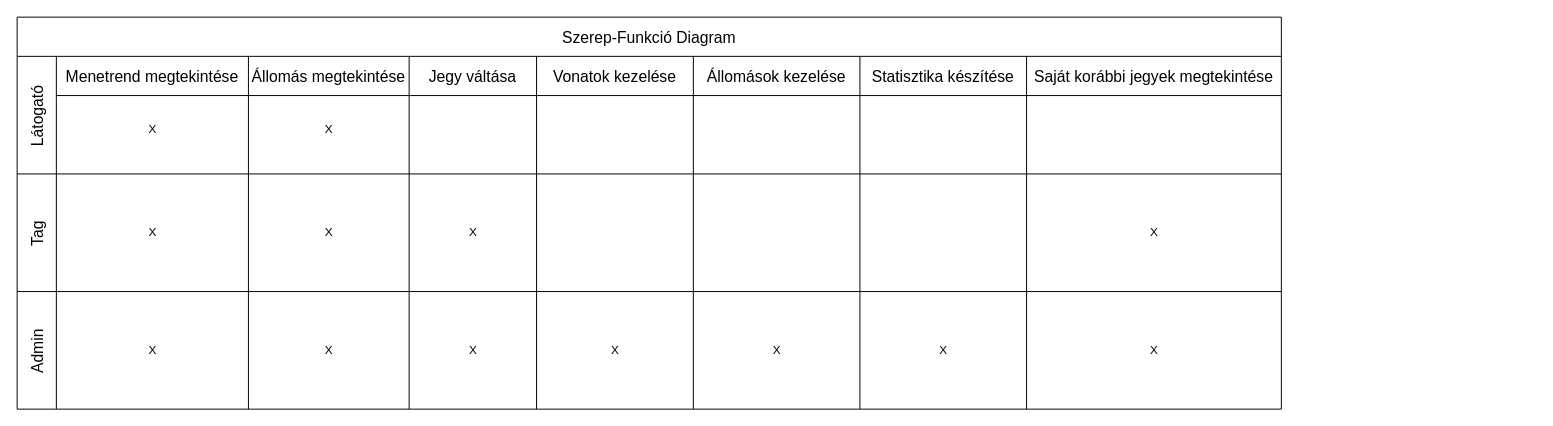
RevMarci/vasutmenetrend keeps this draw.io diagram as page "1 oldal" (1 of 3) of dokumentacio/Szerep-funkció.drawio. Above is the earlier version. Source tidied: cells renumbered, new cells numbered last; positions are measured from the earlier drawing's top-left corner, leaving out a move shared by most shapes. Both pictures are drawn from the tidied source at 98%, with x=0, y=0 at pixel (17, 17).
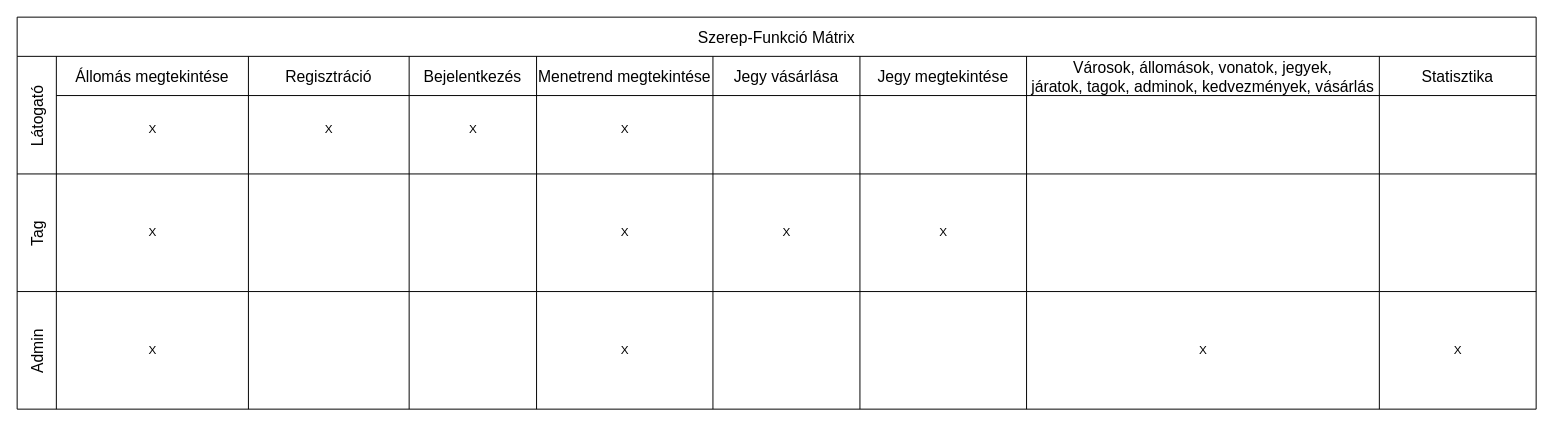
The same diagram, later.

Commit message (it also covers changes not shown here):
Szerep-Funkció mátrix benne van

Unchanged cells that the change refers to:
```xml
<mxCell id="14" style="swimlane;swimlaneHead=0;swimlaneBody=0;fontStyle=0;strokeColor=inherit;fillColor=none;startSize=0;fontSize=16;" parent="13" vertex="1">
  <mxGeometry x="40" width="196" height="120" as="geometry" />
</mxCell>
<mxCell id="16" style="swimlane;swimlaneHead=0;swimlaneBody=0;fontStyle=0;strokeColor=inherit;fillColor=none;startSize=0;fontSize=16;" parent="13" vertex="1">
  <mxGeometry x="236" width="164" height="120" as="geometry" />
</mxCell>
<mxCell id="18" style="swimlane;swimlaneHead=0;swimlaneBody=0;fontStyle=0;strokeColor=inherit;fillColor=none;startSize=0;fontSize=16;" parent="13" vertex="1">
  <mxGeometry x="400" width="130" height="120" as="geometry" />
</mxCell>
<mxCell id="22" style="swimlane;swimlaneHead=0;swimlaneBody=0;fontStyle=0;strokeColor=inherit;fillColor=none;startSize=0;fontSize=16;" parent="13" vertex="1">
  <mxGeometry x="860" width="170" height="120" as="geometry" />
</mxCell>
<mxCell id="26" style="swimlane;swimlaneHead=0;swimlaneBody=0;fontStyle=0;strokeColor=inherit;fillColor=none;startSize=0;fontSize=16;" parent="25" vertex="1">
  <mxGeometry x="40" width="196" height="120" as="geometry" />
</mxCell>
<mxCell id="28" style="swimlane;swimlaneHead=0;swimlaneBody=0;fontStyle=0;strokeColor=inherit;fillColor=none;startSize=0;fontSize=16;" parent="25" vertex="1">
  <mxGeometry x="236" width="164" height="120" as="geometry" />
</mxCell>
<mxCell id="30" style="swimlane;swimlaneHead=0;swimlaneBody=0;fontStyle=0;strokeColor=inherit;fillColor=none;startSize=0;fontSize=16;" parent="25" vertex="1">
  <mxGeometry x="400" width="130" height="120" as="geometry" />
</mxCell>
<mxCell id="36" style="swimlane;swimlaneHead=0;swimlaneBody=0;fontStyle=0;strokeColor=inherit;fillColor=none;startSize=0;fontSize=16;" parent="25" vertex="1">
  <mxGeometry x="860" width="170" height="120" as="geometry" />
</mxCell>
```

Change to the diagram source:
```diff
@@
-    <mxCell id="2" value="Szerep-Funkció Diagram" style="shape=table;childLayout=tableLayout;startSize=40;fontSize=16;" parent="1" vertex="1">
-      <mxGeometry width="1290" height="400" as="geometry" />
+    <mxCell id="2" value="Szerep-Funkció Mátrix" style="shape=table;childLayout=tableLayout;startSize=40;fontSize=16;" parent="1" vertex="1">
+      <mxGeometry width="1550" height="400" as="geometry" />
     </mxCell>
     <mxCell id="3" value="Látogató" style="shape=tableRow;horizontal=0;swimlaneHead=0;swimlaneBody=0;top=0;left=0;strokeColor=inherit;bottom=0;right=0;fontStyle=0;fillColor=none;startSize=40;fontSize=16;" parent="2" vertex="1">
-      <mxGeometry y="40" width="1290" height="120" as="geometry" />
+      <mxGeometry y="40" width="1550" height="120" as="geometry" />
     </mxCell>
-    <mxCell id="4" value="Menetrend megtekintése" style="swimlane;swimlaneHead=0;swimlaneBody=0;fontStyle=0;strokeColor=inherit;fillColor=none;startSize=40;fontSize=16;flipH=1;flipV=0;" parent="3" vertex="1">
+    <mxCell id="4" value="Állomás megtekintése" style="swimlane;swimlaneHead=0;swimlaneBody=0;fontStyle=0;strokeColor=inherit;fillColor=none;startSize=40;fontSize=16;flipH=1;flipV=0;" parent="3" vertex="1">
       <mxGeometry x="40" width="196" height="120" as="geometry" />
     </mxCell>
-    <mxCell id="5" value="&lt;div&gt;X&lt;/div&gt;" style="text;html=1;align=center;verticalAlign=middle;strokeColor=none;fillColor=none;" parent="4" vertex="1">
-      <mxGeometry x="83" y="60" width="30" height="30" as="geometry" />
-    </mxCell>
+    <mxCell id="40" value="X" style="text;html=1;align=center;verticalAlign=middle;strokeColor=none;fillColor=none;" parent="4" vertex="1">
+      <mxGeometry x="83" y="60" width="30" height="30" as="geometry" />
+    </mxCell>
-    <mxCell id="6" value="Állomás megtekintése" style="swimlane;swimlaneHead=0;swimlaneBody=0;fontStyle=0;strokeColor=inherit;fillColor=none;startSize=40;fontSize=16;" parent="3" vertex="1">
+    <mxCell id="6" value="Regisztráció" style="swimlane;swimlaneHead=0;swimlaneBody=0;fontStyle=0;strokeColor=inherit;fillColor=none;startSize=40;fontSize=16;" parent="3" vertex="1">
       <mxGeometry x="236" width="164" height="120" as="geometry" />
     </mxCell>
-    <mxCell id="7" value="&lt;div&gt;X&lt;/div&gt;" style="text;html=1;align=center;verticalAlign=middle;strokeColor=none;fillColor=none;" parent="6" vertex="1">
-      <mxGeometry x="67" y="60" width="30" height="30" as="geometry" />
-    </mxCell>
+    <mxCell id="41" value="X" style="text;html=1;align=center;verticalAlign=middle;strokeColor=none;fillColor=none;" parent="6" vertex="1">
+      <mxGeometry x="67" y="60" width="30" height="30" as="geometry" />
+    </mxCell>
-    <mxCell id="8" value="Jegy váltása" style="swimlane;swimlaneHead=0;swimlaneBody=0;fontStyle=0;strokeColor=inherit;fillColor=none;startSize=40;fontSize=16;" parent="3" vertex="1">
+    <mxCell id="8" value="Bejelentkezés" style="swimlane;swimlaneHead=0;swimlaneBody=0;fontStyle=0;strokeColor=inherit;fillColor=none;startSize=40;fontSize=16;" parent="3" vertex="1">
       <mxGeometry x="400" width="130" height="120" as="geometry" />
     </mxCell>
+    <mxCell id="42" value="X" style="text;html=1;align=center;verticalAlign=middle;strokeColor=none;fillColor=none;" parent="8" vertex="1">
+      <mxGeometry x="50" y="60" width="30" height="30" as="geometry" />
+    </mxCell>
-    <mxCell id="9" value="Vonatok kezelése" style="swimlane;swimlaneHead=0;swimlaneBody=0;fontStyle=0;strokeColor=inherit;fillColor=none;startSize=40;fontSize=16;" parent="3" vertex="1">
-      <mxGeometry x="530" width="160" height="120" as="geometry" />
+    <mxCell id="9" value="Menetrend megtekintése" style="swimlane;swimlaneHead=0;swimlaneBody=0;fontStyle=0;strokeColor=inherit;fillColor=none;startSize=40;fontSize=16;" parent="3" vertex="1">
+      <mxGeometry x="530" width="180" height="120" as="geometry" />
     </mxCell>
+    <mxCell id="43" value="X" style="text;html=1;align=center;verticalAlign=middle;strokeColor=none;fillColor=none;" parent="9" vertex="1">
+      <mxGeometry x="75" y="60" width="30" height="30" as="geometry" />
+    </mxCell>
-    <mxCell id="10" value="Állomások kezelése" style="swimlane;swimlaneHead=0;swimlaneBody=0;fontStyle=0;strokeColor=inherit;fillColor=none;startSize=40;fontSize=16;" parent="3" vertex="1">
-      <mxGeometry x="690" width="170" height="120" as="geometry" />
+    <mxCell id="10" value="Jegy vásárlása" style="swimlane;swimlaneHead=0;swimlaneBody=0;fontStyle=0;strokeColor=inherit;fillColor=none;startSize=40;fontSize=16;" parent="3" vertex="1">
+      <mxGeometry x="710" width="150" height="120" as="geometry" />
     </mxCell>
-    <mxCell id="11" value="Statisztika készítése" style="swimlane;swimlaneHead=0;swimlaneBody=0;fontStyle=0;strokeColor=inherit;fillColor=none;startSize=40;fontSize=16;" parent="3" vertex="1">
+    <mxCell id="11" value="Jegy megtekintése" style="swimlane;swimlaneHead=0;swimlaneBody=0;fontStyle=0;strokeColor=inherit;fillColor=none;startSize=40;fontSize=16;" parent="3" vertex="1">
       <mxGeometry x="860" width="170" height="120" as="geometry" />
     </mxCell>
-    <mxCell id="12" value="Saját korábbi jegyek megtekintése" style="swimlane;swimlaneHead=0;swimlaneBody=0;fontStyle=0;strokeColor=inherit;fillColor=none;startSize=40;fontSize=16;" parent="3" vertex="1">
-      <mxGeometry x="1030" width="260" height="120" as="geometry" />
+    <mxCell id="12" value="Városok, állomások, vonatok, jegyek,&#10;járatok, tagok, adminok, kedvezmények, vásárlás" style="swimlane;swimlaneHead=0;swimlaneBody=0;fontStyle=0;strokeColor=inherit;fillColor=none;startSize=40;fontSize=16;" parent="3" vertex="1">
+      <mxGeometry x="1030" width="360" height="120" as="geometry" />
     </mxCell>
+    <mxCell id="44" value="Statisztika" style="swimlane;swimlaneHead=0;swimlaneBody=0;fontStyle=0;strokeColor=inherit;fillColor=none;startSize=40;fontSize=16;" parent="3" vertex="1">
+      <mxGeometry x="1390" width="160" height="120" as="geometry" />
+    </mxCell>
     <mxCell id="13" value="Tag" style="shape=tableRow;horizontal=0;swimlaneHead=0;swimlaneBody=0;top=0;left=0;strokeColor=inherit;bottom=0;right=0;fontStyle=0;fillColor=none;startSize=40;fontSize=16;" parent="2" vertex="1">
-      <mxGeometry y="160" width="1290" height="120" as="geometry" />
+      <mxGeometry y="160" width="1550" height="120" as="geometry" />
     </mxCell>
@@
-    <mxCell id="15" value="&lt;div&gt;X&lt;/div&gt;" style="text;html=1;align=center;verticalAlign=middle;strokeColor=none;fillColor=none;" parent="14" vertex="1">
-      <mxGeometry x="83" y="45" width="30" height="30" as="geometry" />
-    </mxCell>
+    <mxCell id="45" value="X" style="text;html=1;align=center;verticalAlign=middle;strokeColor=none;fillColor=none;" parent="14" vertex="1">
+      <mxGeometry x="83" y="45" width="30" height="30" as="geometry" />
+    </mxCell>
@@
-    <mxCell id="17" value="&lt;div&gt;X&lt;/div&gt;" style="text;html=1;align=center;verticalAlign=middle;strokeColor=none;fillColor=none;" parent="16" vertex="1">
-      <mxGeometry x="67" y="45" width="30" height="30" as="geometry" />
-    </mxCell>
@@
-    <mxCell id="19" value="&lt;div&gt;X&lt;/div&gt;" style="text;html=1;align=center;verticalAlign=middle;strokeColor=none;fillColor=none;" parent="18" vertex="1">
-      <mxGeometry x="50" y="45" width="30" height="30" as="geometry" />
-    </mxCell>
     <mxCell id="20" style="swimlane;swimlaneHead=0;swimlaneBody=0;fontStyle=0;strokeColor=inherit;fillColor=none;startSize=0;fontSize=16;" parent="13" vertex="1">
-      <mxGeometry x="530" width="160" height="120" as="geometry" />
+      <mxGeometry x="530" width="180" height="120" as="geometry" />
     </mxCell>
+    <mxCell id="46" value="X" style="text;html=1;align=center;verticalAlign=middle;strokeColor=none;fillColor=none;" parent="20" vertex="1">
+      <mxGeometry x="75" y="45" width="30" height="30" as="geometry" />
+    </mxCell>
     <mxCell id="21" style="swimlane;swimlaneHead=0;swimlaneBody=0;fontStyle=0;strokeColor=inherit;fillColor=none;startSize=0;fontSize=16;" parent="13" vertex="1">
-      <mxGeometry x="690" width="170" height="120" as="geometry" />
+      <mxGeometry x="710" width="150" height="120" as="geometry" />
     </mxCell>
+    <mxCell id="47" value="X" style="text;html=1;align=center;verticalAlign=middle;strokeColor=none;fillColor=none;" parent="21" vertex="1">
+      <mxGeometry x="60" y="45" width="30" height="30" as="geometry" />
+    </mxCell>
@@
+    <mxCell id="48" value="X" style="text;html=1;align=center;verticalAlign=middle;strokeColor=none;fillColor=none;" parent="22" vertex="1">
+      <mxGeometry x="70" y="45" width="30" height="30" as="geometry" />
+    </mxCell>
     <mxCell id="23" style="swimlane;swimlaneHead=0;swimlaneBody=0;fontStyle=0;strokeColor=inherit;fillColor=none;startSize=0;fontSize=16;" parent="13" vertex="1">
-      <mxGeometry x="1030" width="260" height="120" as="geometry" />
+      <mxGeometry x="1030" width="360" height="120" as="geometry" />
     </mxCell>
-    <mxCell id="24" value="&lt;div&gt;X&lt;/div&gt;" style="text;html=1;align=center;verticalAlign=middle;strokeColor=none;fillColor=none;" parent="23" vertex="1">
-      <mxGeometry x="115" y="45" width="30" height="30" as="geometry" />
-    </mxCell>
+    <mxCell id="49" style="swimlane;swimlaneHead=0;swimlaneBody=0;fontStyle=0;strokeColor=inherit;fillColor=none;startSize=0;fontSize=16;" parent="13" vertex="1">
+      <mxGeometry x="1390" width="160" height="120" as="geometry" />
+    </mxCell>
     <mxCell id="25" value="Admin" style="shape=tableRow;horizontal=0;swimlaneHead=0;swimlaneBody=0;top=0;left=0;strokeColor=inherit;bottom=0;right=0;fontStyle=0;fillColor=none;startSize=40;fontSize=16;" parent="2" vertex="1">
-      <mxGeometry y="280" width="1290" height="120" as="geometry" />
+      <mxGeometry y="280" width="1550" height="120" as="geometry" />
     </mxCell>
@@
-    <mxCell id="27" value="&lt;div&gt;X&lt;/div&gt;" style="text;html=1;align=center;verticalAlign=middle;strokeColor=none;fillColor=none;" parent="26" vertex="1">
-      <mxGeometry x="83" y="45" width="30" height="30" as="geometry" />
-    </mxCell>
+    <mxCell id="50" value="X" style="text;html=1;align=center;verticalAlign=middle;strokeColor=none;fillColor=none;" parent="26" vertex="1">
+      <mxGeometry x="83" y="45" width="30" height="30" as="geometry" />
+    </mxCell>
@@
-    <mxCell id="29" value="&lt;div&gt;X&lt;/div&gt;" style="text;html=1;align=center;verticalAlign=middle;strokeColor=none;fillColor=none;" parent="28" vertex="1">
-      <mxGeometry x="67" y="45" width="30" height="30" as="geometry" />
-    </mxCell>
@@
-    <mxCell id="31" value="&lt;div&gt;X&lt;/div&gt;" style="text;html=1;align=center;verticalAlign=middle;strokeColor=none;fillColor=none;" parent="30" vertex="1">
-      <mxGeometry x="50" y="45" width="30" height="30" as="geometry" />
-    </mxCell>
     <mxCell id="32" style="swimlane;swimlaneHead=0;swimlaneBody=0;fontStyle=0;strokeColor=inherit;fillColor=none;startSize=0;fontSize=16;" parent="25" vertex="1">
-      <mxGeometry x="530" width="160" height="120" as="geometry" />
+      <mxGeometry x="530" width="180" height="120" as="geometry" />
     </mxCell>
-    <mxCell id="33" value="&lt;div&gt;X&lt;/div&gt;" style="text;html=1;align=center;verticalAlign=middle;strokeColor=none;fillColor=none;" parent="32" vertex="1">
-      <mxGeometry x="65" y="45" width="30" height="30" as="geometry" />
-    </mxCell>
+    <mxCell id="51" value="X" style="text;html=1;align=center;verticalAlign=middle;strokeColor=none;fillColor=none;" parent="32" vertex="1">
+      <mxGeometry x="75" y="45" width="30" height="30" as="geometry" />
+    </mxCell>
     <mxCell id="34" style="swimlane;swimlaneHead=0;swimlaneBody=0;fontStyle=0;strokeColor=inherit;fillColor=none;startSize=0;fontSize=16;" parent="25" vertex="1">
-      <mxGeometry x="690" width="170" height="120" as="geometry" />
+      <mxGeometry x="710" width="150" height="120" as="geometry" />
     </mxCell>
-    <mxCell id="35" value="&lt;div&gt;X&lt;/div&gt;" style="text;html=1;align=center;verticalAlign=middle;strokeColor=none;fillColor=none;" parent="34" vertex="1">
-      <mxGeometry x="70" y="45" width="30" height="30" as="geometry" />
-    </mxCell>
@@
-    <mxCell id="37" value="&lt;div&gt;X&lt;/div&gt;" style="text;html=1;align=center;verticalAlign=middle;strokeColor=none;fillColor=none;" parent="36" vertex="1">
-      <mxGeometry x="70" y="45" width="30" height="30" as="geometry" />
-    </mxCell>
     <mxCell id="38" style="swimlane;swimlaneHead=0;swimlaneBody=0;fontStyle=0;strokeColor=inherit;fillColor=none;startSize=0;fontSize=16;" parent="25" vertex="1">
-      <mxGeometry x="1030" width="260" height="120" as="geometry" />
+      <mxGeometry x="1030" width="360" height="120" as="geometry" />
     </mxCell>
-    <mxCell id="39" value="&lt;div&gt;X&lt;/div&gt;" style="text;html=1;align=center;verticalAlign=middle;strokeColor=none;fillColor=none;" parent="38" vertex="1">
-      <mxGeometry x="115" y="45" width="30" height="30" as="geometry" />
-    </mxCell>
+    <mxCell id="52" value="X" style="text;html=1;align=center;verticalAlign=middle;strokeColor=none;fillColor=none;" parent="38" vertex="1">
+      <mxGeometry x="165" y="45" width="30" height="30" as="geometry" />
+    </mxCell>
+    <mxCell id="53" style="swimlane;swimlaneHead=0;swimlaneBody=0;fontStyle=0;strokeColor=inherit;fillColor=none;startSize=0;fontSize=16;" parent="25" vertex="1">
+      <mxGeometry x="1390" width="160" height="120" as="geometry" />
+    </mxCell>
+    <mxCell id="54" value="X" style="text;html=1;align=center;verticalAlign=middle;strokeColor=none;fillColor=none;" parent="53" vertex="1">
+      <mxGeometry x="65" y="45" width="30" height="30" as="geometry" />
+    </mxCell>
```
